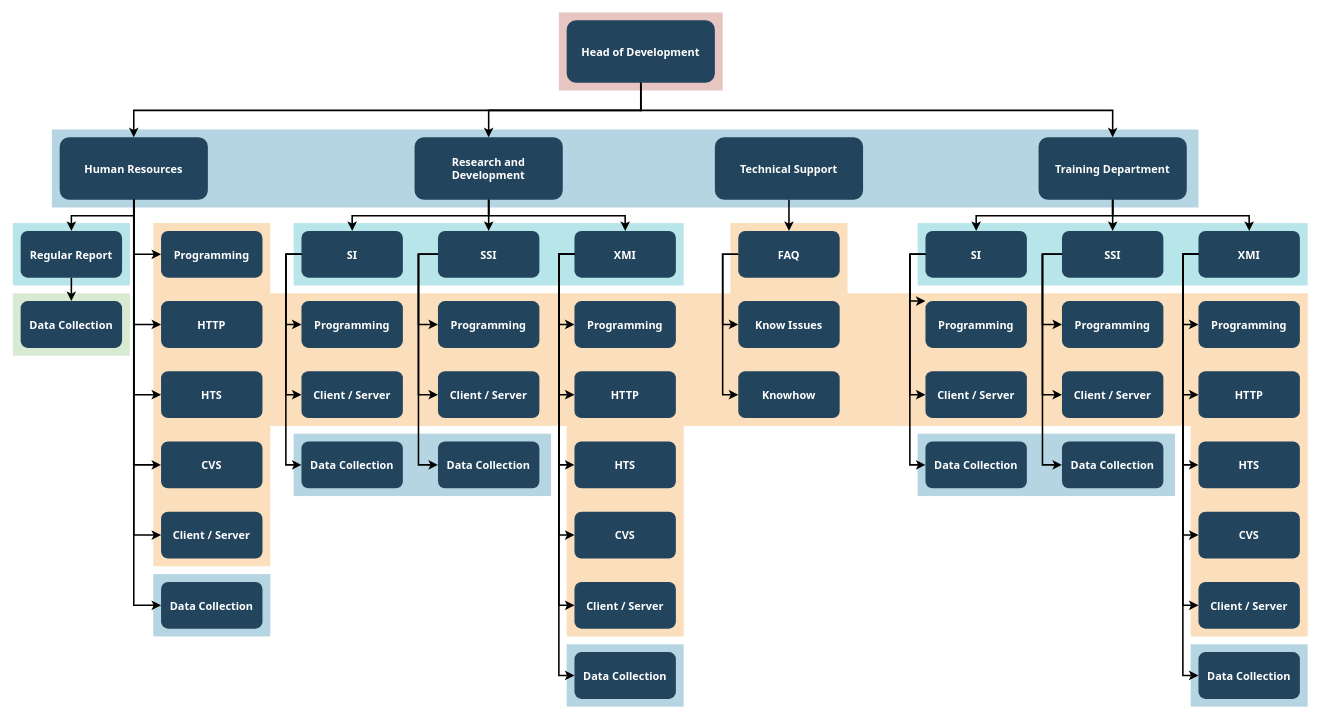
Above: mindmad/Untitled Diagram.drawio in IhsanPratama/draw-io (draw.io), before the change. Source tidied: cells renumbered, new cells numbered last; positions are measured from the earlier drawing's top-left corner, leaving out a move shared by most shapes. Both pictures are drawn from the tidied source at 78%, with x=0, y=0 at pixel (12, 12).
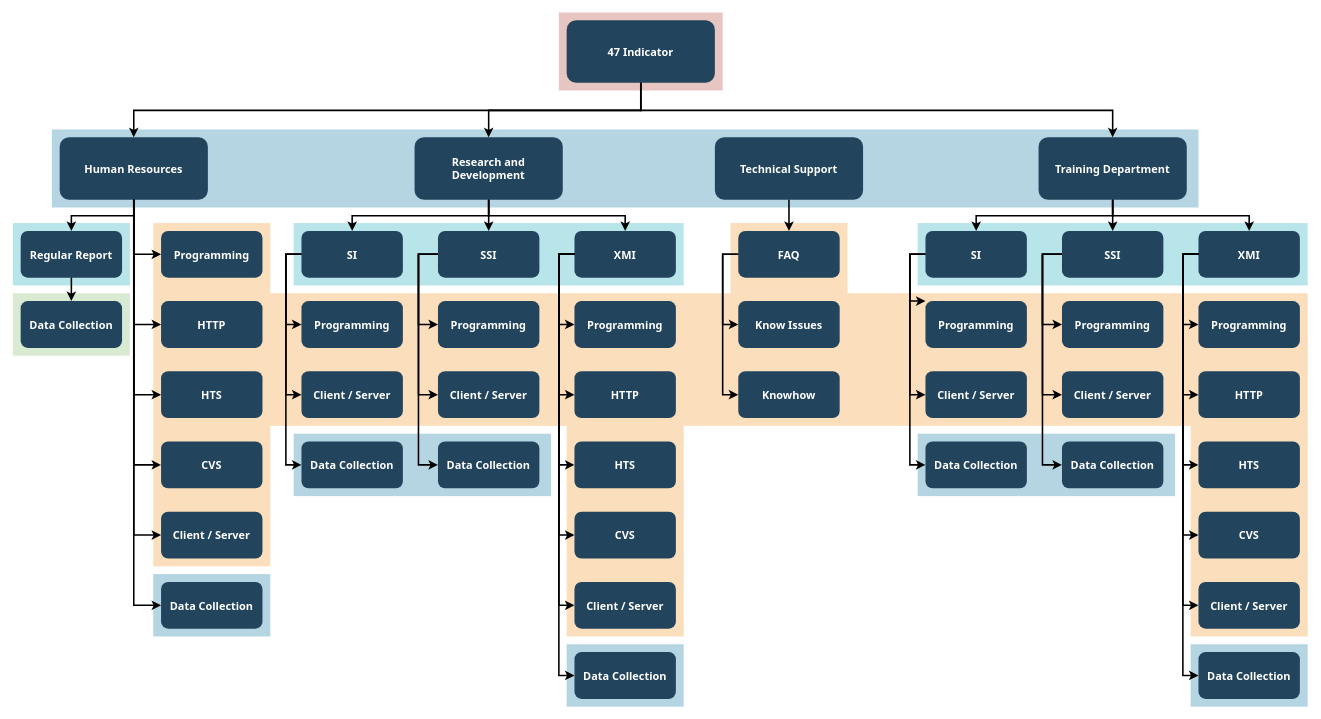
The same diagram, later.

The edit, as a diff of the source:
```diff
@@
-    <mxCell id="18" value="Head of Development" style="rounded=1;fillColor=#23445D;gradientColor=none;strokeColor=none;fontColor=#FFFFFF;fontStyle=1;fontFamily=Tahoma;fontSize=14;" parent="1" vertex="1">
+    <mxCell id="18" value="47 Indicator" style="rounded=1;fillColor=#23445D;gradientColor=none;strokeColor=none;fontColor=#FFFFFF;fontStyle=1;fontFamily=Tahoma;fontSize=14;" parent="1" vertex="1">
       <mxGeometry x="710" y="9.5" width="190" height="80" as="geometry" />
     </mxCell>
```
